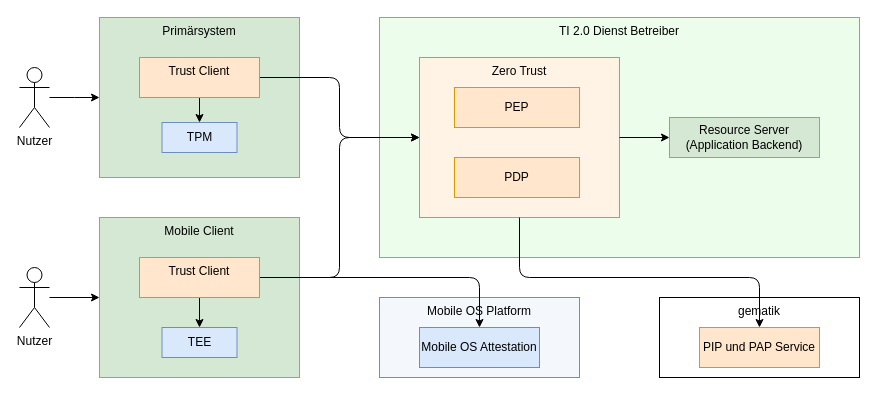
Earlier version of the draw.io diagram src/drawio/Zero_Trust_Übersicht.drawio (gematik/spec-t20r). Source tidied: cells renumbered, new cells numbered last; positions are measured from the earlier drawing's top-left corner, leaving out a move shared by most shapes. Both pictures are drawn from the tidied source at 100%, with x=0, y=0 at pixel (19, 17).
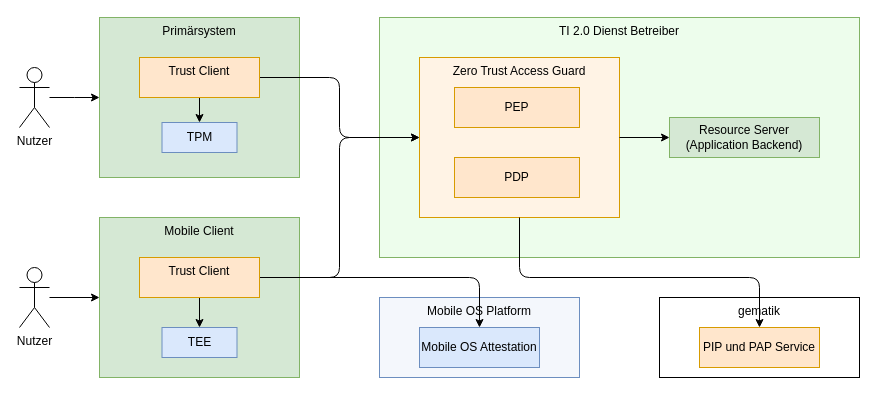
After the change.

Diff of the diagram source:
```diff
@@
-    <mxCell id="5" value="Zero Trust" style="rounded=0;whiteSpace=wrap;html=1;align=center;verticalAlign=top;fillColor=#fff3e5;strokeColor=#d79b00;" parent="1" vertex="1">
+    <mxCell id="5" value="Zero Trust Access Guard" style="rounded=0;whiteSpace=wrap;html=1;align=center;verticalAlign=top;fillColor=#fff3e5;strokeColor=#d79b00;" parent="1" vertex="1">
       <mxGeometry x="400" y="40" width="200" height="160" as="geometry" />
     </mxCell>
```
